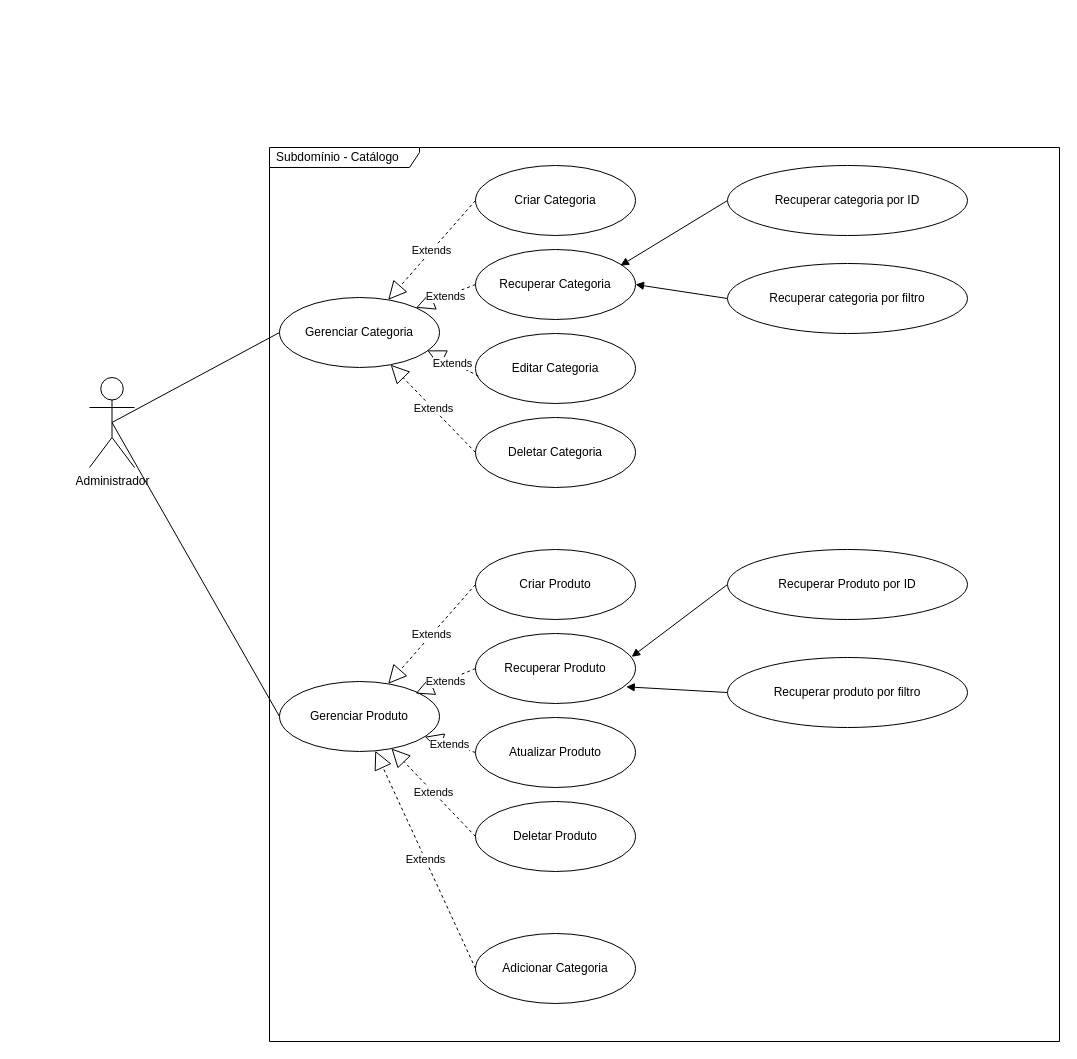
Earlier version of the draw.io diagram page "Subdomínio - Catálogo" (2 of 2) of requirements/ecommerce-caso-uso.drawio (cleilsonalvino/ecommerce-node-api). Source tidied: cells renumbered, new cells numbered last; positions are measured from the earlier drawing's top-left corner, leaving out a move shared by most shapes. Both pictures are drawn from the tidied source at 100%, with x=0, y=0 at pixel (89, 147).
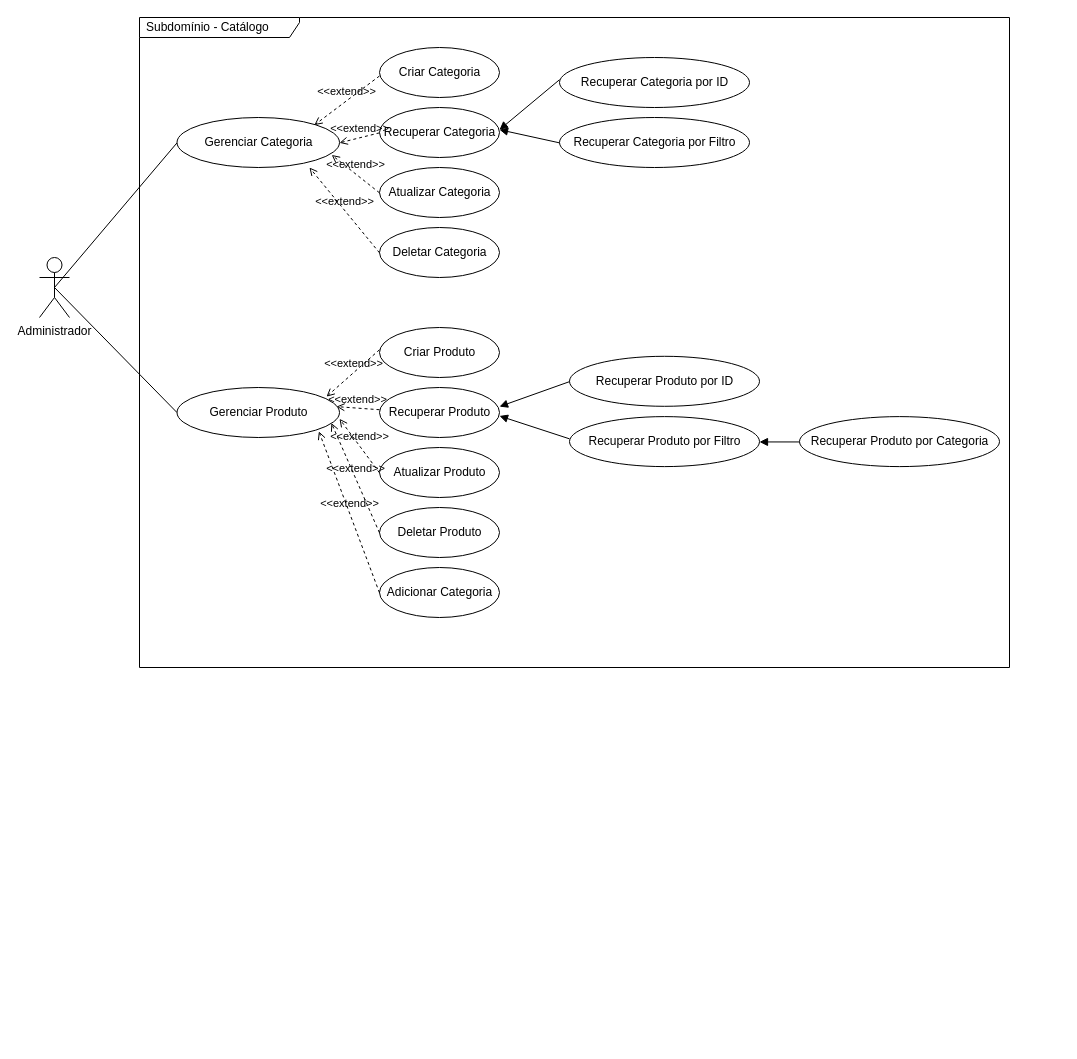
After the change.

Diff of the diagram source:
```diff
@@
-    <mxCell id="2" value="Subdomínio - Catálogo" style="shape=umlFrame;whiteSpace=wrap;html=1;width=150;height=20;boundedLbl=1;verticalAlign=middle;align=left;spacingLeft=5;" parent="1" vertex="1">
-      <mxGeometry x="180" width="790" height="894" as="geometry" />
+    <mxCell id="2" value="Subdomínio - Catálogo" style="shape=umlFrame;whiteSpace=wrap;html=1;width=160;height=20;boundedLbl=1;verticalAlign=middle;align=left;spacingLeft=5;" parent="1" vertex="1">
+      <mxGeometry x="50" y="-130" width="870" height="650" as="geometry" />
     </mxCell>
     <mxCell id="3" value="Administrador" style="shape=umlActor;verticalLabelPosition=bottom;verticalAlign=top;html=1;" parent="1" vertex="1">
-      <mxGeometry y="230" width="45" height="90" as="geometry" />
+      <mxGeometry x="-50" y="110" width="30" height="60" as="geometry" />
     </mxCell>
+    <mxCell id="34" style="shape=ellipse;horizontal=1;html=1;dashed=0;" parent="1" vertex="1">
+      <mxGeometry x="87.5" y="240" width="162.5" height="50" as="geometry" />
+    </mxCell>
+    <mxCell id="5" value="Gerenciar Produto" style="html=1;strokeColor=none;fillColor=none;align=center;verticalAlign=middle;" parent="34" vertex="1">
+      <mxGeometry y="18.8" width="162.5" height="12.5" as="geometry" />
+    </mxCell>
+    <mxCell id="35" style="shape=ellipse;horizontal=1;html=1;dashed=0;" parent="1" vertex="1">
+      <mxGeometry x="87.5" y="-30" width="162.5" height="50" as="geometry" />
+    </mxCell>
+    <mxCell id="7" value="Gerenciar Categoria" style="html=1;strokeColor=none;fillColor=none;align=center;verticalAlign=middle;" parent="35" vertex="1">
+      <mxGeometry y="19.1" width="162.5" height="12.5" as="geometry" />
+    </mxCell>
+    <mxCell id="36" style="shape=ellipse;horizontal=1;html=1;dashed=0;" parent="1" vertex="1">
+      <mxGeometry x="290" y="-100" width="120" height="50" as="geometry" />
+    </mxCell>
+    <mxCell id="8" value="Criar Categoria" style="html=1;strokeColor=none;fillColor=none;align=center;verticalAlign=middle;" parent="36" vertex="1">
+      <mxGeometry y="19.1" width="120" height="12.5" as="geometry" />
+    </mxCell>
+    <mxCell id="37" value="&amp;lt;&amp;lt;extend&amp;gt;&amp;gt;" style="html=1;verticalAlign=bottom;labelBackgroundColor=none;endArrow=open;endFill=0;dashed=1;exitX=0;exitY=0.75;exitDx=0;exitDy=0;entryX=0.845;entryY=0.152;entryDx=0;entryDy=0;entryPerimeter=0;" parent="1" edge="1" source="8" target="35">
+      <mxGeometry relative="1" as="geometry" />
+    </mxCell>
+    <mxCell id="38" style="shape=ellipse;horizontal=1;html=1;dashed=0;" parent="1" vertex="1">
+      <mxGeometry x="290" y="-40" width="120" height="50" as="geometry" />
+    </mxCell>
+    <mxCell id="9" value="Recuperar Categoria" style="html=1;strokeColor=none;fillColor=none;align=center;verticalAlign=middle;" parent="38" vertex="1">
+      <mxGeometry y="19.1" width="120" height="12.5" as="geometry" />
+    </mxCell>
+    <mxCell id="39" style="shape=ellipse;horizontal=1;html=1;dashed=0;" parent="1" vertex="1">
+      <mxGeometry x="290" y="20" width="120" height="50" as="geometry" />
+    </mxCell>
+    <mxCell id="40" value="Atualizar Categoria" style="html=1;strokeColor=none;fillColor=none;align=center;verticalAlign=middle;" parent="39" vertex="1">
+      <mxGeometry y="19.1" width="120" height="12.5" as="geometry" />
+    </mxCell>
+    <mxCell id="41" style="shape=ellipse;horizontal=1;html=1;dashed=0;" parent="1" vertex="1">
+      <mxGeometry x="290" y="80" width="120" height="50" as="geometry" />
+    </mxCell>
+    <mxCell id="10" value="Deletar Categoria" style="html=1;strokeColor=none;fillColor=none;align=center;verticalAlign=middle;" parent="41" vertex="1">
+      <mxGeometry y="19.1" width="120" height="12.5" as="geometry" />
+    </mxCell>
+    <mxCell id="13" value="&amp;lt;&amp;lt;extend&amp;gt;&amp;gt;" style="html=1;verticalAlign=bottom;labelBackgroundColor=none;endArrow=open;endFill=0;dashed=1;exitX=0;exitY=0.5;exitDx=0;exitDy=0;entryX=1;entryY=0.5;entryDx=0;entryDy=0;" parent="1" edge="1" source="9" target="7">
+      <mxGeometry relative="1" as="geometry" />
+    </mxCell>
+    <mxCell id="42" value="&amp;lt;&amp;lt;extend&amp;gt;&amp;gt;" style="html=1;verticalAlign=bottom;labelBackgroundColor=none;endArrow=open;endFill=0;dashed=1;exitX=0;exitY=0.5;exitDx=0;exitDy=0;entryX=0.952;entryY=0.749;entryDx=0;entryDy=0;entryPerimeter=0;" parent="1" edge="1" source="40" target="35">
+      <mxGeometry relative="1" as="geometry" />
+    </mxCell>
+    <mxCell id="43" value="&amp;lt;&amp;lt;extend&amp;gt;&amp;gt;" style="html=1;verticalAlign=bottom;labelBackgroundColor=none;endArrow=open;endFill=0;dashed=1;exitX=0;exitY=0.5;exitDx=0;exitDy=0;entryX=0.815;entryY=1;entryDx=0;entryDy=0;entryPerimeter=0;" parent="1" edge="1" source="10" target="35">
+      <mxGeometry relative="1" as="geometry" />
+    </mxCell>
+    <mxCell id="6" style="edgeStyle=none;html=1;exitX=0;exitY=0.5;exitDx=0;exitDy=0;entryX=0.5;entryY=0.5;entryDx=0;entryDy=0;entryPerimeter=0;endArrow=none;endFill=0;" parent="1" edge="1" source="7" target="3">
+      <mxGeometry relative="1" as="geometry" />
+    </mxCell>
+    <mxCell id="44" style="shape=ellipse;horizontal=1;html=1;dashed=0;" parent="1" vertex="1">
+      <mxGeometry x="470" y="-90" width="190" height="50" as="geometry" />
+    </mxCell>
+    <mxCell id="45" value="Recuperar Categoria por ID" style="html=1;strokeColor=none;fillColor=none;align=center;verticalAlign=middle;" parent="44" vertex="1">
+      <mxGeometry y="19.1" width="190" height="12.5" as="geometry" />
+    </mxCell>
+    <mxCell id="46" style="shape=ellipse;horizontal=1;html=1;dashed=0;" parent="1" vertex="1">
+      <mxGeometry x="470" y="-30" width="190" height="50" as="geometry" />
+    </mxCell>
+    <mxCell id="47" value="Recuperar Categoria por Filtro" style="html=1;strokeColor=none;fillColor=none;align=center;verticalAlign=middle;" parent="46" vertex="1">
+      <mxGeometry y="19.1" width="190" height="12.5" as="geometry" />
+    </mxCell>
+    <mxCell id="48" style="edgeStyle=none;html=1;exitX=0;exitY=0.25;exitDx=0;exitDy=0;entryX=1;entryY=0.25;entryDx=0;entryDy=0;endArrow=block;endFill=1;" parent="1" edge="1" source="45" target="9">
+      <mxGeometry relative="1" as="geometry" />
+    </mxCell>
+    <mxCell id="49" style="edgeStyle=none;html=1;exitX=0;exitY=0.5;exitDx=0;exitDy=0;entryX=1;entryY=0.25;entryDx=0;entryDy=0;endArrow=block;endFill=1;" parent="1" edge="1" source="47" target="9">
+      <mxGeometry relative="1" as="geometry" />
+    </mxCell>
+    <mxCell id="50" style="shape=ellipse;horizontal=1;html=1;dashed=0;" parent="1" vertex="1">
+      <mxGeometry x="290" y="180" width="120" height="50" as="geometry" />
+    </mxCell>
+    <mxCell id="20" value="Criar Produto" style="html=1;strokeColor=none;fillColor=none;align=center;verticalAlign=middle;" parent="50" vertex="1">
+      <mxGeometry y="19.1" width="120" height="12.5" as="geometry" />
+    </mxCell>
+    <mxCell id="51" style="shape=ellipse;horizontal=1;html=1;dashed=0;" parent="1" vertex="1">
+      <mxGeometry x="290" y="240" width="120" height="50" as="geometry" />
+    </mxCell>
+    <mxCell id="21" value="Recuperar Produto" style="html=1;strokeColor=none;fillColor=none;align=center;verticalAlign=middle;" parent="51" vertex="1">
+      <mxGeometry y="19.1" width="120" height="12.5" as="geometry" />
+    </mxCell>
+    <mxCell id="52" style="shape=ellipse;horizontal=1;html=1;dashed=0;" parent="1" vertex="1">
+      <mxGeometry x="290" y="300" width="120" height="50" as="geometry" />
+    </mxCell>
+    <mxCell id="22" value="Atualizar Produto" style="html=1;strokeColor=none;fillColor=none;align=center;verticalAlign=middle;" parent="52" vertex="1">
+      <mxGeometry y="19.1" width="120" height="12.5" as="geometry" />
+    </mxCell>
+    <mxCell id="53" style="shape=ellipse;horizontal=1;html=1;dashed=0;" parent="1" vertex="1">
+      <mxGeometry x="290" y="360" width="120" height="50" as="geometry" />
+    </mxCell>
+    <mxCell id="23" value="Deletar Produto" style="html=1;strokeColor=none;fillColor=none;align=center;verticalAlign=middle;" parent="53" vertex="1">
+      <mxGeometry y="19.1" width="120" height="12.5" as="geometry" />
+    </mxCell>
+    <mxCell id="54" value="&amp;lt;&amp;lt;extend&amp;gt;&amp;gt;" style="html=1;verticalAlign=bottom;labelBackgroundColor=none;endArrow=open;endFill=0;dashed=1;exitX=0;exitY=0.25;exitDx=0;exitDy=0;entryX=0.92;entryY=0.183;entryDx=0;entryDy=0;entryPerimeter=0;" parent="1" edge="1" source="20" target="34">
+      <mxGeometry relative="1" as="geometry" />
+    </mxCell>
+    <mxCell id="55" value="&amp;lt;&amp;lt;extend&amp;gt;&amp;gt;" style="html=1;verticalAlign=bottom;labelBackgroundColor=none;endArrow=open;endFill=0;dashed=1;exitX=0;exitY=0.25;exitDx=0;exitDy=0;entryX=0.92;entryY=0.183;entryDx=0;entryDy=0;entryPerimeter=0;" parent="1" edge="1" source="21">
+      <mxGeometry relative="1" as="geometry">
+        <mxPoint x="247" y="259.1" as="targetPoint" />
+      </mxGeometry>
+    </mxCell>
+    <mxCell id="26" value="&amp;lt;&amp;lt;extend&amp;gt;&amp;gt;" style="html=1;verticalAlign=bottom;labelBackgroundColor=none;endArrow=open;endFill=0;dashed=1;exitX=0;exitY=0.5;exitDx=0;exitDy=0;entryX=1;entryY=1;entryDx=0;entryDy=0;" parent="1" edge="1" source="22" target="5">
+      <mxGeometry relative="1" as="geometry" />
+    </mxCell>
+    <mxCell id="56" value="&amp;lt;&amp;lt;extend&amp;gt;&amp;gt;" style="html=1;verticalAlign=bottom;labelBackgroundColor=none;endArrow=open;endFill=0;dashed=1;exitX=0;exitY=0.5;exitDx=0;exitDy=0;entryX=0.95;entryY=0.71;entryDx=0;entryDy=0;entryPerimeter=0;" parent="1" edge="1" source="23" target="34">
+      <mxGeometry relative="1" as="geometry" />
+    </mxCell>
@@
-    <mxCell id="5" value="Gerenciar Produto" style="ellipse;whiteSpace=wrap;html=1;" parent="1" vertex="1">
-      <mxGeometry x="190" y="534" width="160" height="70" as="geometry" />
-    </mxCell>
-    <mxCell id="6" style="edgeStyle=none;html=1;exitX=0;exitY=0.5;exitDx=0;exitDy=0;entryX=0.5;entryY=0.5;entryDx=0;entryDy=0;entryPerimeter=0;endArrow=none;endFill=0;" parent="1" edge="1" source="7" target="3">
-      <mxGeometry relative="1" as="geometry" />
-    </mxCell>
-    <mxCell id="7" value="Gerenciar Categoria" style="ellipse;whiteSpace=wrap;html=1;" parent="1" vertex="1">
-      <mxGeometry x="190" y="150" width="160" height="70" as="geometry" />
-    </mxCell>
-    <mxCell id="8" value="Criar Categoria" style="ellipse;whiteSpace=wrap;html=1;" parent="1" vertex="1">
-      <mxGeometry x="386" y="18" width="160" height="70" as="geometry" />
-    </mxCell>
-    <mxCell id="9" value="Recuperar Categoria" style="ellipse;whiteSpace=wrap;html=1;" parent="1" vertex="1">
-      <mxGeometry x="386" y="102" width="160" height="70" as="geometry" />
-    </mxCell>
-    <mxCell id="10" value="Deletar Categoria" style="ellipse;whiteSpace=wrap;html=1;" parent="1" vertex="1">
-      <mxGeometry x="386" y="270" width="160" height="70" as="geometry" />
-    </mxCell>
-    <mxCell id="11" value="Editar Categoria" style="ellipse;whiteSpace=wrap;html=1;" parent="1" vertex="1">
-      <mxGeometry x="386" y="186" width="160" height="70" as="geometry" />
-    </mxCell>
-    <mxCell id="12" value="Extends" style="endArrow=block;endSize=16;endFill=0;html=1;exitX=0;exitY=0.5;exitDx=0;exitDy=0;dashed=1;" parent="1" edge="1" source="8" target="7">
-      <mxGeometry relative="1" as="geometry" />
-    </mxCell>
-    <mxCell id="13" value="Extends" style="endArrow=block;endSize=16;endFill=0;html=1;exitX=0;exitY=0.5;exitDx=0;exitDy=0;entryX=1;entryY=0;entryDx=0;entryDy=0;dashed=1;" parent="1" edge="1" source="9" target="7">
-      <mxGeometry relative="1" as="geometry" />
-    </mxCell>
-    <mxCell id="14" value="Extends" style="endArrow=block;endSize=16;endFill=0;html=1;exitX=0.019;exitY=0.608;exitDx=0;exitDy=0;entryX=0.923;entryY=0.755;entryDx=0;entryDy=0;exitPerimeter=0;entryPerimeter=0;dashed=1;" parent="1" edge="1" source="11" target="7">
-      <mxGeometry relative="1" as="geometry" />
-    </mxCell>
-    <mxCell id="15" value="Extends" style="endArrow=block;endSize=16;endFill=0;html=1;exitX=0;exitY=0.5;exitDx=0;exitDy=0;dashed=1;" parent="1" edge="1" source="10" target="7">
-      <mxGeometry relative="1" as="geometry" />
-    </mxCell>
-    <mxCell id="16" style="edgeStyle=none;html=1;exitX=0;exitY=0.5;exitDx=0;exitDy=0;entryX=0.906;entryY=0.23;entryDx=0;entryDy=0;entryPerimeter=0;endArrow=block;endFill=1;" parent="1" edge="1" source="17" target="9">
-      <mxGeometry relative="1" as="geometry" />
-    </mxCell>
-    <mxCell id="17" value="Recuperar categoria por ID" style="ellipse;whiteSpace=wrap;html=1;" parent="1" vertex="1">
-      <mxGeometry x="638" y="18" width="240" height="70" as="geometry" />
-    </mxCell>
-    <mxCell id="18" style="edgeStyle=none;html=1;exitX=0;exitY=0.5;exitDx=0;exitDy=0;entryX=1;entryY=0.5;entryDx=0;entryDy=0;endArrow=block;endFill=1;" parent="1" edge="1" source="19" target="9">
-      <mxGeometry relative="1" as="geometry" />
-    </mxCell>
-    <mxCell id="19" value="Recuperar categoria por filtro" style="ellipse;whiteSpace=wrap;html=1;" parent="1" vertex="1">
-      <mxGeometry x="638" y="116" width="240" height="70" as="geometry" />
-    </mxCell>
-    <mxCell id="20" value="Criar Produto" style="ellipse;whiteSpace=wrap;html=1;" parent="1" vertex="1">
-      <mxGeometry x="386" y="402" width="160" height="70" as="geometry" />
-    </mxCell>
-    <mxCell id="21" value="Recuperar Produto" style="ellipse;whiteSpace=wrap;html=1;" parent="1" vertex="1">
-      <mxGeometry x="386" y="486" width="160" height="70" as="geometry" />
-    </mxCell>
-    <mxCell id="22" value="Atualizar Produto" style="ellipse;whiteSpace=wrap;html=1;" parent="1" vertex="1">
-      <mxGeometry x="386" y="570" width="160" height="70" as="geometry" />
-    </mxCell>
-    <mxCell id="23" value="Deletar Produto" style="ellipse;whiteSpace=wrap;html=1;" parent="1" vertex="1">
-      <mxGeometry x="386" y="654" width="160" height="70" as="geometry" />
-    </mxCell>
-    <mxCell id="24" value="Extends" style="endArrow=block;endSize=16;endFill=0;html=1;exitX=0;exitY=0.5;exitDx=0;exitDy=0;dashed=1;" parent="1" edge="1" source="20" target="5">
-      <mxGeometry relative="1" as="geometry" />
-    </mxCell>
-    <mxCell id="25" value="Extends" style="endArrow=block;endSize=16;endFill=0;html=1;exitX=0;exitY=0.5;exitDx=0;exitDy=0;dashed=1;" parent="1" edge="1" source="21">
-      <mxGeometry relative="1" as="geometry">
-        <mxPoint x="326" y="546" as="targetPoint" />
-      </mxGeometry>
-    </mxCell>
-    <mxCell id="26" value="Extends" style="endArrow=block;endSize=16;endFill=0;html=1;exitX=0;exitY=0.5;exitDx=0;exitDy=0;dashed=1;" parent="1" edge="1" source="22" target="5">
-      <mxGeometry relative="1" as="geometry" />
-    </mxCell>
-    <mxCell id="27" value="Extends" style="endArrow=block;endSize=16;endFill=0;html=1;exitX=0;exitY=0.5;exitDx=0;exitDy=0;entryX=0.7;entryY=0.958;entryDx=0;entryDy=0;entryPerimeter=0;dashed=1;" parent="1" edge="1" source="23" target="5">
-      <mxGeometry relative="1" as="geometry" />
-    </mxCell>
+    <mxCell id="57" style="shape=ellipse;horizontal=1;html=1;dashed=0;" parent="1" vertex="1">
+      <mxGeometry x="480" y="208.8" width="190" height="50" as="geometry" />
+    </mxCell>
+    <mxCell id="29" value="Recuperar Produto por ID" style="html=1;strokeColor=none;fillColor=none;align=center;verticalAlign=middle;" parent="57" vertex="1">
+      <mxGeometry y="19.1" width="190" height="12.5" as="geometry" />
+    </mxCell>
+    <mxCell id="58" style="shape=ellipse;horizontal=1;html=1;dashed=0;" parent="1" vertex="1">
+      <mxGeometry x="480" y="269.1" width="190" height="50" as="geometry" />
+    </mxCell>
+    <mxCell id="59" value="Recuperar Produto por Filtro" style="html=1;strokeColor=none;fillColor=none;align=center;verticalAlign=middle;" parent="58" vertex="1">
+      <mxGeometry y="19.1" width="190" height="12.5" as="geometry" />
+    </mxCell>
-    <mxCell id="28" style="edgeStyle=none;html=1;exitX=0;exitY=0.5;exitDx=0;exitDy=0;entryX=0.976;entryY=0.333;entryDx=0;entryDy=0;entryPerimeter=0;endArrow=block;endFill=1;" parent="1" edge="1" source="29" target="21">
+    <mxCell id="28" style="edgeStyle=none;html=1;exitX=0;exitY=0.5;exitDx=0;exitDy=0;entryX=1;entryY=0;entryDx=0;entryDy=0;endArrow=block;endFill=1;" parent="1" edge="1" source="29" target="21">
       <mxGeometry relative="1" as="geometry" />
     </mxCell>
-    <mxCell id="29" value="Recuperar Produto por ID" style="ellipse;whiteSpace=wrap;html=1;" parent="1" vertex="1">
-      <mxGeometry x="638" y="402" width="240" height="70" as="geometry" />
-    </mxCell>
-    <mxCell id="30" style="edgeStyle=none;html=1;exitX=0;exitY=0.5;exitDx=0;exitDy=0;entryX=0.942;entryY=0.762;entryDx=0;entryDy=0;entryPerimeter=0;endArrow=block;endFill=1;" parent="1" edge="1" source="31" target="21">
-      <mxGeometry relative="1" as="geometry" />
-    </mxCell>
-    <mxCell id="31" value="Recuperar produto por filtro" style="ellipse;whiteSpace=wrap;html=1;" parent="1" vertex="1">
-      <mxGeometry x="638" y="510" width="240" height="70" as="geometry" />
-    </mxCell>
+    <mxCell id="60" style="edgeStyle=none;html=1;exitX=0;exitY=0.25;exitDx=0;exitDy=0;entryX=1;entryY=0.75;entryDx=0;entryDy=0;endArrow=block;endFill=1;" parent="1" edge="1" source="59" target="21">
+      <mxGeometry relative="1" as="geometry" />
+    </mxCell>
+    <mxCell id="61" style="shape=ellipse;horizontal=1;html=1;dashed=0;" parent="1" vertex="1">
+      <mxGeometry x="710" y="269.1" width="200" height="50" as="geometry" />
+    </mxCell>
+    <mxCell id="62" value="Recuperar Produto por Categoria" style="html=1;strokeColor=none;fillColor=none;align=center;verticalAlign=middle;" parent="61" vertex="1">
+      <mxGeometry y="19.1" width="200" height="12.5" as="geometry" />
+    </mxCell>
+    <mxCell id="63" style="edgeStyle=none;html=1;exitX=0;exitY=0.5;exitDx=0;exitDy=0;entryX=1;entryY=0.5;entryDx=0;entryDy=0;endArrow=block;endFill=1;" parent="1" edge="1" source="62" target="59">
+      <mxGeometry relative="1" as="geometry" />
+    </mxCell>
+    <mxCell id="64" style="shape=ellipse;horizontal=1;html=1;dashed=0;" parent="1" vertex="1">
+      <mxGeometry x="290" y="420" width="120" height="50" as="geometry" />
+    </mxCell>
-    <mxCell id="32" value="Adicionar Categoria" style="ellipse;whiteSpace=wrap;html=1;" parent="1" vertex="1">
-      <mxGeometry x="386" y="786" width="160" height="70" as="geometry" />
+    <mxCell id="32" value="Adicionar Categoria" style="html=1;strokeColor=none;fillColor=none;align=center;verticalAlign=middle;" parent="64" vertex="1">
+      <mxGeometry y="19.1" width="120" height="12.5" as="geometry" />
     </mxCell>
-    <mxCell id="33" value="Extends" style="endArrow=block;endSize=16;endFill=0;html=1;exitX=0;exitY=0.5;exitDx=0;exitDy=0;dashed=1;" parent="1" edge="1" source="32" target="5">
-      <mxGeometry relative="1" as="geometry" />
-    </mxCell>
+    <mxCell id="65" value="&amp;lt;&amp;lt;extend&amp;gt;&amp;gt;" style="html=1;verticalAlign=bottom;labelBackgroundColor=none;endArrow=open;endFill=0;dashed=1;exitX=0;exitY=0.5;exitDx=0;exitDy=0;entryX=0.873;entryY=0.877;entryDx=0;entryDy=0;entryPerimeter=0;" parent="1" edge="1" source="32" target="34">
+      <mxGeometry relative="1" as="geometry" />
+    </mxCell>
```
